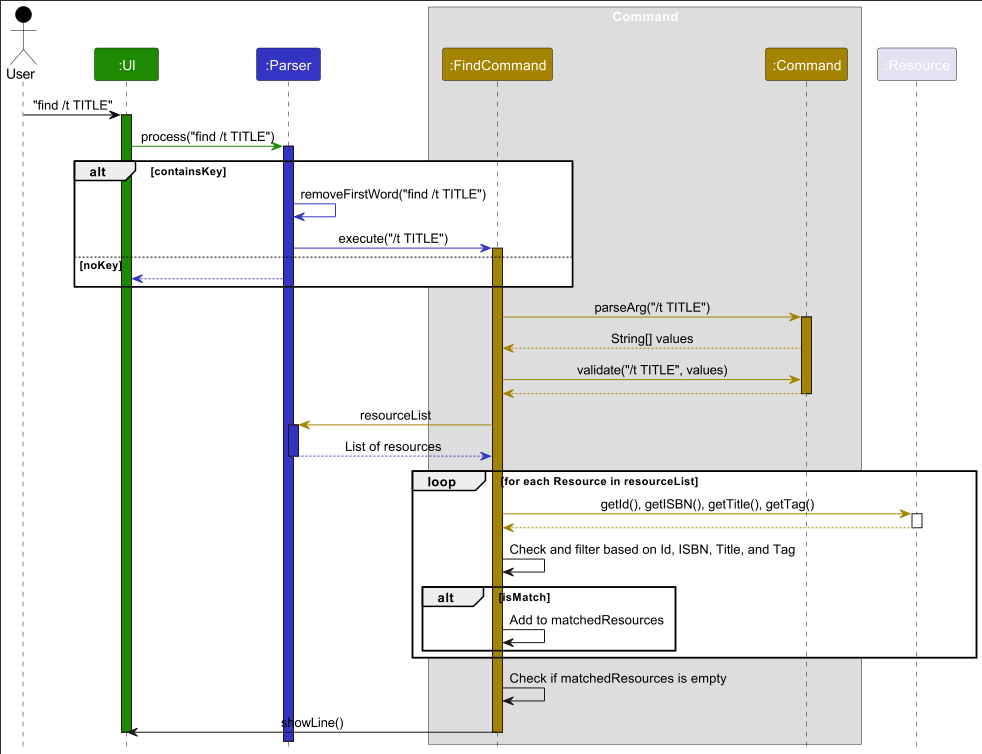
Above: docs/images/FindSequenceDiagram.png in yingx9/tp (PlantUML), before the change. Its source is kept beside it as docs/diagram/FindSequenceDiagram.puml.
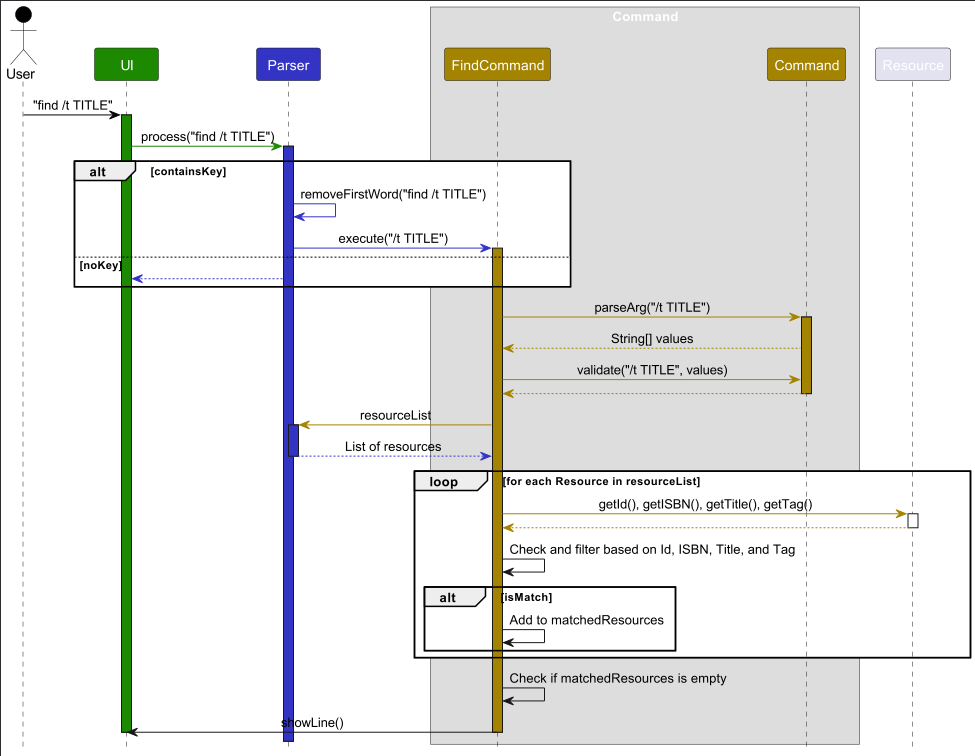
After the commit.

What changed in the source:
```diff
@@ -7,15 +7,15 @@
 skinparam ArrowFontStyle plain
 
 Actor User as user USER_COLOR
-participant ":UI" as UI UI_COLOR
-participant ":Parser" as PARSER PARSER_COLOR
+participant "UI" as UI UI_COLOR
+participant "Parser" as PARSER PARSER_COLOR
 
 box Command
-participant ":FindCommand" as FINDCOMMAND COMMAND_COLOR
-participant ":Command" as COMMAND COMMAND_COLOR
+participant "FindCommand" as FINDCOMMAND COMMAND_COLOR
+participant "Command" as COMMAND COMMAND_COLOR
 end box
 
-participant ":Resource" as RESOURCE
+participant "Resource" as RESOURCE
 
 user -[USER_COLOR]> UI : "find /t TITLE"
 activate UI UI_COLOR
```
